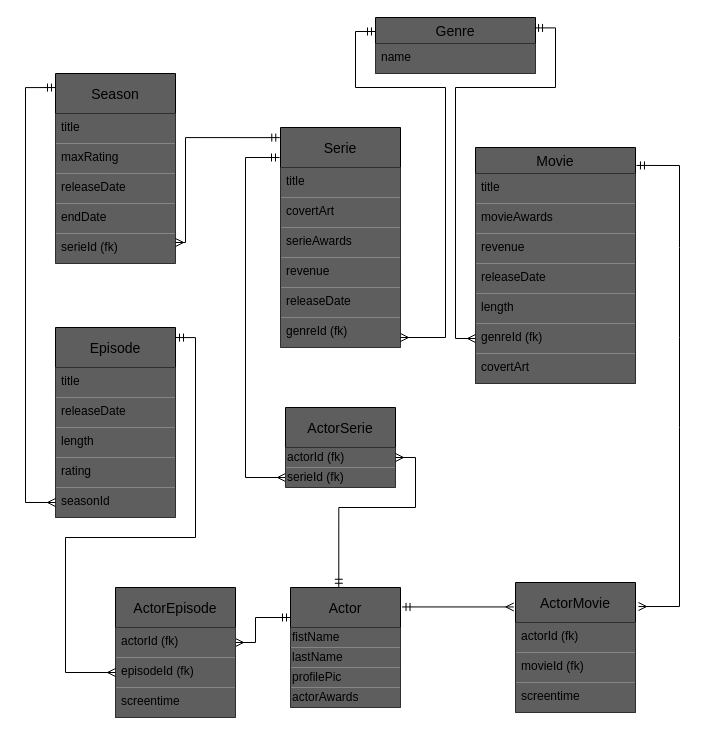
This is docs/der.drawio from Mazeb9108/dh-rec-individual, a draw.io file, before an edit. Source tidied: cells renumbered, new cells numbered last; positions are measured from the earlier drawing's top-left corner, leaving out a move shared by most shapes. Both pictures are drawn from the tidied source at 100%, with x=0, y=0 at pixel (25, 17).
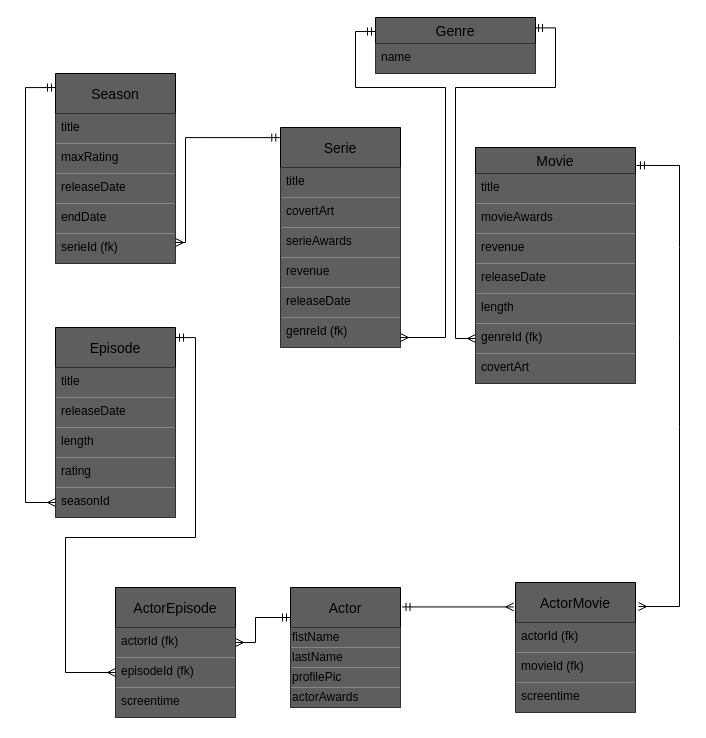
After the change.

Commit message:
modificacion tabla

Unchanged cells that the change refers to:
```xml
<mxCell id="26" value="Actor" style="swimlane;fontStyle=0;horizontal=1;startSize=40;align=center;fontSize=14;fillColor=#5E5E5E;" parent="1" vertex="1">
  <mxGeometry x="265" y="570" width="110" height="120" as="geometry" />
</mxCell>
```

What changed in the source:
```diff
@@
-    <mxCell id="53" style="edgeStyle=orthogonalEdgeStyle;rounded=0;jettySize=auto;html=1;startArrow=ERmany;startFill=0;endArrow=ERmandOne;endFill=0;" parent="1" edge="1" source="54">
-      <mxGeometry relative="1" as="geometry">
-        <mxPoint x="254" y="140" as="targetPoint" />
-        <Array as="points">
-          <mxPoint x="220" y="460" />
-          <mxPoint x="220" y="140" />
-        </Array>
-      </mxGeometry>
-    </mxCell>
-    <mxCell id="54" value="ActorSerie" style="swimlane;fontStyle=0;horizontal=1;startSize=40;align=center;fontSize=14;fillColor=#5E5E5E;" parent="1" vertex="1">
-      <mxGeometry x="260" y="390" width="110" height="80" as="geometry" />
-    </mxCell>
-    <mxCell id="55" value="actorId (fk)" style="text;html=1;align=left;verticalAlign=middle;points=[];fillColor=#5E5E5E;" parent="54" vertex="1">
-      <mxGeometry y="40" width="110" height="20" as="geometry" />
-    </mxCell>
-    <mxCell id="56" value="serieId (fk)" style="text;html=1;align=left;verticalAlign=middle;fillColor=#5E5E5E;" parent="54" vertex="1">
-      <mxGeometry y="60" width="110" height="20" as="geometry" />
-    </mxCell>
-    <mxCell id="57" style="edgeStyle=orthogonalEdgeStyle;rounded=0;jettySize=auto;html=1;startArrow=ERmany;startFill=0;endArrow=ERmandOne;endFill=0;entryX=0.439;entryY=-0.002;entryDx=0;entryDy=0;entryPerimeter=0;exitX=1;exitY=0.5;exitDx=0;exitDy=0;exitPerimeter=0;" parent="1" edge="1" source="55" target="26">
-      <mxGeometry relative="1" as="geometry">
-        <Array as="points">
-          <mxPoint x="390" y="440" />
-          <mxPoint x="390" y="490" />
-          <mxPoint x="313" y="490" />
-        </Array>
-      </mxGeometry>
-    </mxCell>
```
